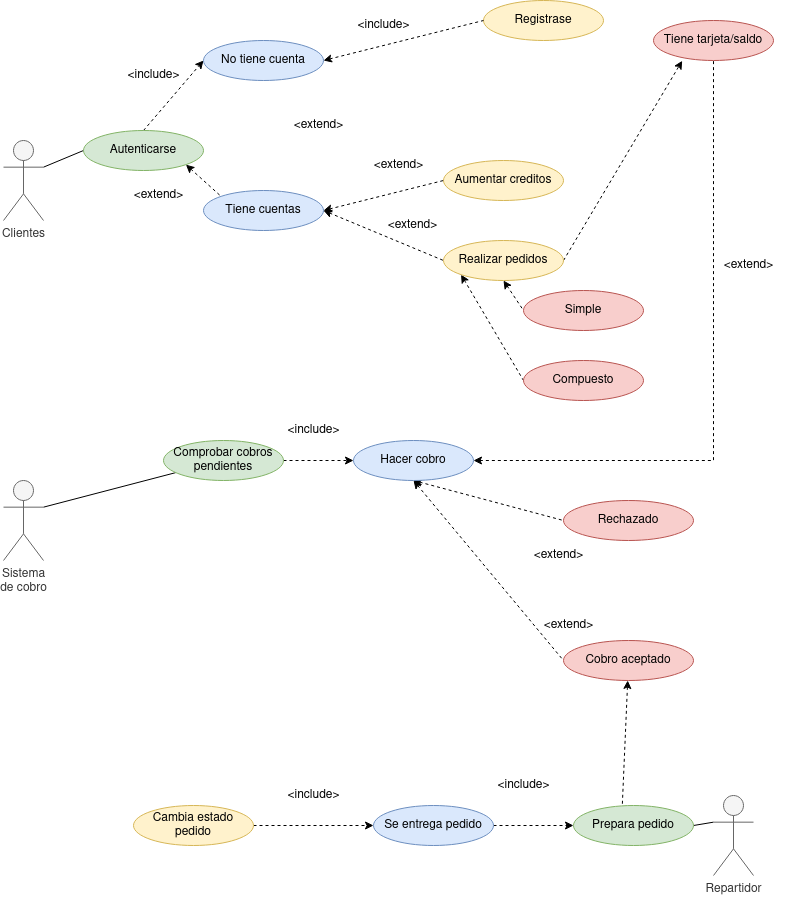
Earlier version of the draw.io export img/Tienda_virtual.drawio.png (Aeyoz/entornos-desarrollo). Source tidied: cells renumbered, new cells last; positions are measured from the earlier drawing's top-left corner, leaving out a move shared by most shapes.
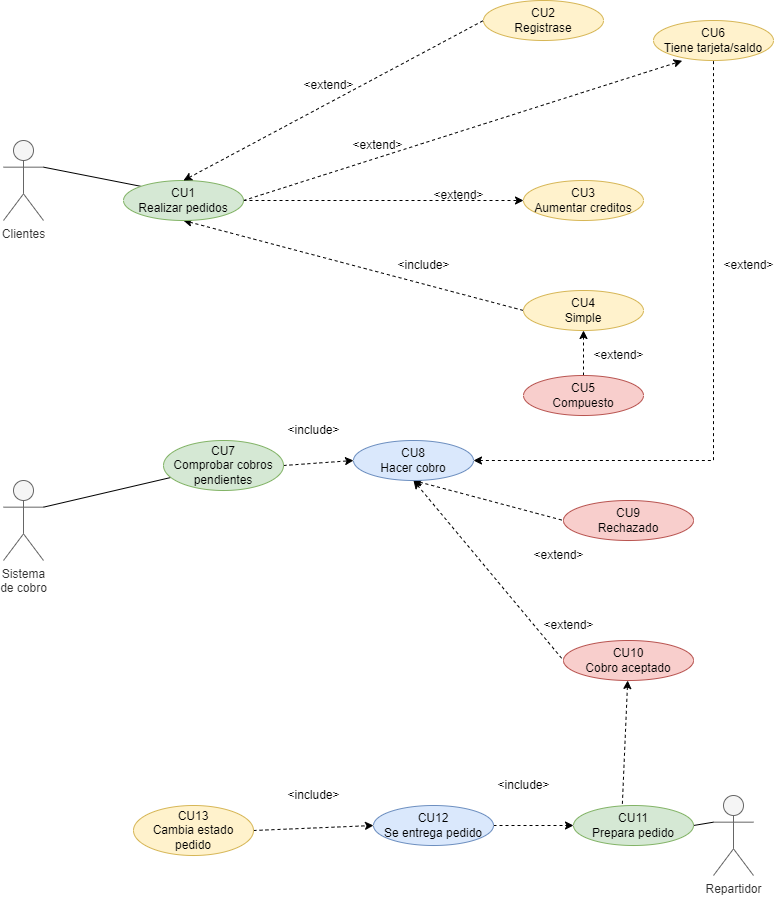
The same file after the commit.

The edit, as a diff of the source:
```diff
@@ -2,17 +2,17 @@
   <root>
     <mxCell id="0" />
     <mxCell id="1" parent="0" />
-    <mxCell id="2" style="edgeStyle=none;rounded=0;jettySize=auto;html=1;exitX=1;exitY=0.3333333333333333;exitDx=0;exitDy=0;exitPerimeter=0;entryX=0;entryY=0.5;entryDx=0;entryDy=0;startArrow=none;startFill=0;endArrow=none;endFill=0;" parent="1" edge="1" source="3" target="23">
-      <mxGeometry relative="1" as="geometry" />
-    </mxCell>
+    <mxCell id="52" style="rounded=0;jettySize=auto;html=1;exitX=1;exitY=0.3333333333333333;exitDx=0;exitDy=0;exitPerimeter=0;entryX=0;entryY=0;entryDx=0;entryDy=0;endArrow=none;endFill=0;" parent="1" edge="1" source="3" target="9">
+      <mxGeometry relative="1" as="geometry" />
+    </mxCell>
     <mxCell id="3" value="Clientes" style="shape=umlActor;verticalLabelPosition=bottom;verticalAlign=top;html=1;outlineConnect=0;fillColor=#f5f5f5;fontColor=#333333;strokeColor=#666666;" parent="1" vertex="1">
       <mxGeometry y="140" width="40" height="80" as="geometry" />
     </mxCell>
-    <mxCell id="4" value="Tiene tarjeta/saldo" style="ellipse;whiteSpace=wrap;html=1;fillColor=#f8cecc;strokeColor=#b85450;" parent="1" vertex="1">
+    <mxCell id="4" value="CU6&lt;br&gt;Tiene tarjeta/saldo" style="ellipse;whiteSpace=wrap;html=1;fillColor=#fff2cc;strokeColor=#d6b656;" parent="1" vertex="1">
       <mxGeometry x="650" y="20" width="120" height="40" as="geometry" />
     </mxCell>
-    <mxCell id="5" value="Aumentar creditos" style="ellipse;whiteSpace=wrap;html=1;fillColor=#fff2cc;strokeColor=#d6b656;" parent="1" vertex="1">
-      <mxGeometry x="440" y="160" width="120" height="40" as="geometry" />
+    <mxCell id="5" value="CU3&lt;br&gt;Aumentar creditos" style="ellipse;whiteSpace=wrap;html=1;fillColor=#fff2cc;strokeColor=#d6b656;" parent="1" vertex="1">
+      <mxGeometry x="520" y="180" width="120" height="40" as="geometry" />
     </mxCell>
     <mxCell id="6" style="edgeStyle=none;rounded=0;jettySize=auto;html=1;exitX=1;exitY=0.5;exitDx=0;exitDy=0;entryX=0.239;entryY=1.007;entryDx=0;entryDy=0;entryPerimeter=0;dashed=1;strokeColor=default;startArrow=none;startFill=0;endArrow=classic;endFill=1;" parent="1" edge="1" source="9" target="4">
       <mxGeometry relative="1" as="geometry" />
@@ -20,11 +20,11 @@
     <mxCell id="7" style="edgeStyle=none;rounded=0;jettySize=auto;html=1;exitX=0.5;exitY=1;exitDx=0;exitDy=0;entryX=0;entryY=0.5;entryDx=0;entryDy=0;dashed=1;strokeColor=default;startArrow=classic;startFill=1;endArrow=none;endFill=0;" parent="1" edge="1" source="9" target="49">
       <mxGeometry relative="1" as="geometry" />
     </mxCell>
-    <mxCell id="8" style="edgeStyle=none;rounded=0;jettySize=auto;html=1;exitX=0;exitY=1;exitDx=0;exitDy=0;entryX=0;entryY=0.5;entryDx=0;entryDy=0;dashed=1;strokeColor=default;startArrow=classic;startFill=1;endArrow=none;endFill=0;" parent="1" edge="1" source="9" target="50">
-      <mxGeometry relative="1" as="geometry" />
-    </mxCell>
+    <mxCell id="53" style="edgeStyle=none;rounded=0;jettySize=auto;html=1;exitX=1;exitY=0.5;exitDx=0;exitDy=0;entryX=0;entryY=0.5;entryDx=0;entryDy=0;dashed=1;endArrow=classic;endFill=1;" parent="1" edge="1" source="9" target="5">
+      <mxGeometry relative="1" as="geometry" />
+    </mxCell>
-    <mxCell id="9" value="Realizar pedidos" style="ellipse;whiteSpace=wrap;html=1;fillColor=#fff2cc;strokeColor=#d6b656;" parent="1" vertex="1">
-      <mxGeometry x="440" y="240" width="120" height="40" as="geometry" />
+    <mxCell id="9" value="CU1&lt;br&gt;Realizar pedidos" style="ellipse;whiteSpace=wrap;html=1;fillColor=#d5e8d4;strokeColor=#82b366;" parent="1" vertex="1">
+      <mxGeometry x="120" y="180" width="120" height="40" as="geometry" />
     </mxCell>
     <mxCell id="10" style="edgeStyle=none;rounded=0;jettySize=auto;html=1;exitX=1;exitY=0.5;exitDx=0;exitDy=0;entryX=0;entryY=0.5;entryDx=0;entryDy=0;startArrow=none;startFill=0;endArrow=classic;endFill=1;dashed=1;" parent="1" edge="1" source="19" target="17">
       <mxGeometry relative="1" as="geometry" />
@@ -35,9 +35,6 @@
     <mxCell id="12" value="&lt;div&gt;Sistema &lt;br&gt;&lt;/div&gt;&lt;div&gt;de cobro&lt;/div&gt;" style="shape=umlActor;verticalLabelPosition=bottom;verticalAlign=top;html=1;outlineConnect=0;fillColor=#f5f5f5;fontColor=#333333;strokeColor=#666666;" parent="1" vertex="1">
       <mxGeometry y="480" width="40" height="80" as="geometry" />
     </mxCell>
-    <mxCell id="13" value="&amp;lt;extend&amp;gt;" style="text;html=1;align=center;verticalAlign=middle;strokeColor=none;fillColor=none;" parent="1" vertex="1">
-      <mxGeometry x="374" y="210" width="70" height="30" as="geometry" />
-    </mxCell>
     <mxCell id="14" style="edgeStyle=orthogonalEdgeStyle;rounded=0;jettySize=auto;html=1;exitX=1;exitY=0.5;exitDx=0;exitDy=0;entryX=0.5;entryY=1;entryDx=0;entryDy=0;dashed=1;startArrow=classic;startFill=1;endArrow=none;endFill=0;" parent="1" edge="1" source="17" target="4">
       <mxGeometry relative="1" as="geometry">
         <Array as="points">
@@ -51,67 +48,37 @@
     <mxCell id="16" style="edgeStyle=none;rounded=0;jettySize=auto;html=1;exitX=0.5;exitY=1;exitDx=0;exitDy=0;entryX=0;entryY=0.5;entryDx=0;entryDy=0;dashed=1;strokeColor=default;startArrow=classic;startFill=1;endArrow=none;endFill=0;" parent="1" edge="1" source="17" target="37">
       <mxGeometry relative="1" as="geometry" />
     </mxCell>
-    <mxCell id="17" value="Hacer cobro" style="ellipse;whiteSpace=wrap;html=1;fillColor=#dae8fc;strokeColor=#6c8ebf;" parent="1" vertex="1">
+    <mxCell id="17" value="CU8&lt;br&gt;Hacer cobro" style="ellipse;whiteSpace=wrap;html=1;fillColor=#dae8fc;strokeColor=#6c8ebf;" parent="1" vertex="1">
       <mxGeometry x="350" y="440" width="120" height="40" as="geometry" />
     </mxCell>
     <mxCell id="18" value="&amp;lt;extend&amp;gt;" style="text;html=1;align=center;verticalAlign=middle;strokeColor=none;fillColor=none;" parent="1" vertex="1">
       <mxGeometry x="710" y="250" width="70" height="30" as="geometry" />
     </mxCell>
-    <mxCell id="19" value="&lt;div&gt;Comprobar cobros &lt;br&gt;&lt;/div&gt;&lt;div&gt;pendientes&lt;br&gt;&lt;/div&gt;" style="ellipse;whiteSpace=wrap;html=1;fillColor=#d5e8d4;strokeColor=#82b366;" parent="1" vertex="1">
-      <mxGeometry x="160" y="440" width="120" height="40" as="geometry" />
+    <mxCell id="19" value="&lt;div&gt;CU7&lt;br&gt;&lt;/div&gt;&lt;div&gt;Comprobar cobros &lt;br&gt;&lt;/div&gt;&lt;div&gt;pendientes&lt;br&gt;&lt;/div&gt;" style="ellipse;whiteSpace=wrap;html=1;fillColor=#d5e8d4;strokeColor=#82b366;" parent="1" vertex="1">
+      <mxGeometry x="160" y="440" width="120" height="50" as="geometry" />
     </mxCell>
     <mxCell id="20" value="&amp;lt;include&amp;gt;" style="text;html=1;align=center;verticalAlign=middle;strokeColor=none;fillColor=none;" parent="1" vertex="1">
       <mxGeometry x="270" y="415" width="80" height="30" as="geometry" />
     </mxCell>
-    <mxCell id="21" style="edgeStyle=none;rounded=0;jettySize=auto;html=1;exitX=1;exitY=1;exitDx=0;exitDy=0;entryX=0;entryY=0;entryDx=0;entryDy=0;startArrow=classic;startFill=1;endArrow=none;endFill=0;strokeColor=default;dashed=1;" parent="1" edge="1" source="23" target="26">
-      <mxGeometry relative="1" as="geometry" />
-    </mxCell>
-    <mxCell id="22" style="edgeStyle=none;rounded=0;jettySize=auto;html=1;exitX=0.5;exitY=0;exitDx=0;exitDy=0;entryX=0;entryY=0.5;entryDx=0;entryDy=0;dashed=1;strokeColor=default;startArrow=none;startFill=0;endArrow=classic;endFill=1;" parent="1" edge="1" source="23" target="32">
-      <mxGeometry relative="1" as="geometry" />
-    </mxCell>
-    <mxCell id="23" value="Autenticarse" style="ellipse;whiteSpace=wrap;html=1;fillColor=#d5e8d4;strokeColor=#82b366;" parent="1" vertex="1">
-      <mxGeometry x="80" y="130" width="120" height="40" as="geometry" />
-    </mxCell>
-    <mxCell id="24" style="edgeStyle=none;rounded=0;jettySize=auto;html=1;exitX=1;exitY=0.5;exitDx=0;exitDy=0;entryX=0;entryY=0.5;entryDx=0;entryDy=0;startArrow=classic;startFill=1;endArrow=none;endFill=0;strokeColor=default;dashed=1;" parent="1" edge="1" source="26" target="5">
-      <mxGeometry relative="1" as="geometry" />
-    </mxCell>
-    <mxCell id="25" style="edgeStyle=none;rounded=0;jettySize=auto;html=1;exitX=1;exitY=0.5;exitDx=0;exitDy=0;entryX=0;entryY=0.5;entryDx=0;entryDy=0;startArrow=classic;startFill=1;endArrow=none;endFill=0;strokeColor=default;dashed=1;" parent="1" edge="1" source="26" target="9">
-      <mxGeometry relative="1" as="geometry" />
-    </mxCell>
-    <mxCell id="26" value="Tiene cuentas" style="ellipse;whiteSpace=wrap;html=1;fillColor=#dae8fc;strokeColor=#6c8ebf;" parent="1" vertex="1">
-      <mxGeometry x="200" y="190" width="120" height="40" as="geometry" />
-    </mxCell>
-    <mxCell id="27" value="&amp;lt;extend&amp;gt;" style="text;html=1;align=center;verticalAlign=middle;strokeColor=none;fillColor=none;" parent="1" vertex="1">
-      <mxGeometry x="120" y="180" width="70" height="30" as="geometry" />
-    </mxCell>
-    <mxCell id="28" value="Registrase" style="ellipse;whiteSpace=wrap;html=1;fillColor=#fff2cc;strokeColor=#d6b656;" parent="1" vertex="1">
+    <mxCell id="28" value="CU2&lt;br&gt;Registrase" style="ellipse;whiteSpace=wrap;html=1;fillColor=#fff2cc;strokeColor=#d6b656;" parent="1" vertex="1">
       <mxGeometry x="480" width="120" height="40" as="geometry" />
     </mxCell>
     <mxCell id="29" value="&amp;lt;extend&amp;gt;" style="text;html=1;align=center;verticalAlign=middle;strokeColor=none;fillColor=none;" parent="1" vertex="1">
-      <mxGeometry x="280" y="110" width="70" height="30" as="geometry" />
+      <mxGeometry x="290" y="70" width="70" height="30" as="geometry" />
     </mxCell>
     <mxCell id="30" value="&amp;lt;extend&amp;gt;" style="text;html=1;align=center;verticalAlign=middle;strokeColor=none;fillColor=none;" parent="1" vertex="1">
-      <mxGeometry x="360" y="150" width="70" height="30" as="geometry" />
+      <mxGeometry x="339" y="130" width="70" height="30" as="geometry" />
     </mxCell>
-    <mxCell id="31" style="edgeStyle=none;rounded=0;jettySize=auto;html=1;exitX=1;exitY=0.5;exitDx=0;exitDy=0;entryX=0;entryY=0.5;entryDx=0;entryDy=0;dashed=1;strokeColor=default;startArrow=classic;startFill=1;endArrow=none;endFill=0;" parent="1" edge="1" source="32" target="28">
+    <mxCell id="31" style="edgeStyle=none;rounded=0;jettySize=auto;html=1;exitX=0.5;exitY=0;exitDx=0;exitDy=0;entryX=0;entryY=0.5;entryDx=0;entryDy=0;dashed=1;strokeColor=default;startArrow=classic;startFill=1;endArrow=none;endFill=0;" parent="1" edge="1" source="9" target="28">
       <mxGeometry relative="1" as="geometry" />
     </mxCell>
-    <mxCell id="32" value="No tiene cuenta" style="ellipse;whiteSpace=wrap;html=1;fillColor=#dae8fc;strokeColor=#6c8ebf;" parent="1" vertex="1">
-      <mxGeometry x="200" y="40" width="120" height="40" as="geometry" />
-    </mxCell>
-    <mxCell id="33" value="&amp;lt;include&amp;gt;" style="text;html=1;align=center;verticalAlign=middle;strokeColor=none;fillColor=none;" parent="1" vertex="1">
-      <mxGeometry x="110" y="60" width="80" height="30" as="geometry" />
-    </mxCell>
-    <mxCell id="34" value="&amp;lt;include&amp;gt;" style="text;html=1;align=center;verticalAlign=middle;strokeColor=none;fillColor=none;" parent="1" vertex="1">
-      <mxGeometry x="340" y="10" width="80" height="30" as="geometry" />
-    </mxCell>
-    <mxCell id="35" value="Rechazado" style="ellipse;whiteSpace=wrap;html=1;fillColor=#f8cecc;strokeColor=#b85450;" parent="1" vertex="1">
+    <mxCell id="35" value="CU9&lt;br&gt;Rechazado" style="ellipse;whiteSpace=wrap;html=1;fillColor=#f8cecc;strokeColor=#b85450;" parent="1" vertex="1">
       <mxGeometry x="560" y="500" width="130" height="40" as="geometry" />
     </mxCell>
     <mxCell id="36" style="edgeStyle=none;rounded=0;jettySize=auto;html=1;entryX=0.406;entryY=0.043;entryDx=0;entryDy=0;entryPerimeter=0;strokeColor=default;startArrow=classic;startFill=1;endArrow=none;endFill=0;dashed=1;" parent="1" edge="1" source="37" target="42">
       <mxGeometry relative="1" as="geometry" />
     </mxCell>
-    <mxCell id="37" value="Cobro aceptado" style="ellipse;whiteSpace=wrap;html=1;fillColor=#f8cecc;strokeColor=#b85450;" parent="1" vertex="1">
+    <mxCell id="37" value="CU10&lt;br&gt;Cobro aceptado" style="ellipse;whiteSpace=wrap;html=1;fillColor=#f8cecc;strokeColor=#b85450;" parent="1" vertex="1">
       <mxGeometry x="560" y="640" width="130" height="40" as="geometry" />
     </mxCell>
     <mxCell id="38" value="&amp;lt;extend&amp;gt;" style="text;html=1;align=center;verticalAlign=middle;strokeColor=none;fillColor=none;" parent="1" vertex="1">
@@ -126,13 +93,13 @@
     <mxCell id="41" value="Repartidor" style="shape=umlActor;verticalLabelPosition=bottom;verticalAlign=top;html=1;outlineConnect=0;fillColor=#f5f5f5;fontColor=#333333;strokeColor=#666666;" parent="1" vertex="1">
       <mxGeometry x="710" y="795" width="40" height="80" as="geometry" />
     </mxCell>
-    <mxCell id="42" value="Prepara pedido" style="ellipse;whiteSpace=wrap;html=1;fillColor=#d5e8d4;strokeColor=#82b366;" parent="1" vertex="1">
+    <mxCell id="42" value="CU11&lt;br&gt;Prepara pedido" style="ellipse;whiteSpace=wrap;html=1;fillColor=#d5e8d4;strokeColor=#82b366;" parent="1" vertex="1">
       <mxGeometry x="570" y="805" width="120" height="40" as="geometry" />
     </mxCell>
     <mxCell id="43" style="edgeStyle=none;rounded=0;jettySize=auto;html=1;exitX=1;exitY=0.5;exitDx=0;exitDy=0;entryX=0;entryY=0.5;entryDx=0;entryDy=0;dashed=1;strokeColor=default;startArrow=none;startFill=0;endArrow=classic;endFill=1;" parent="1" edge="1" source="44" target="42">
       <mxGeometry relative="1" as="geometry" />
     </mxCell>
-    <mxCell id="44" value="Se entrega pedido" style="ellipse;whiteSpace=wrap;html=1;fillColor=#dae8fc;strokeColor=#6c8ebf;" parent="1" vertex="1">
+    <mxCell id="44" value="CU12&lt;br&gt;Se entrega pedido" style="ellipse;whiteSpace=wrap;html=1;fillColor=#dae8fc;strokeColor=#6c8ebf;" parent="1" vertex="1">
       <mxGeometry x="370" y="805" width="120" height="40" as="geometry" />
     </mxCell>
     <mxCell id="45" value="&amp;lt;include&amp;gt;" style="text;html=1;align=center;verticalAlign=middle;strokeColor=none;fillColor=none;" parent="1" vertex="1">
@@ -141,20 +108,32 @@
     <mxCell id="46" style="edgeStyle=none;rounded=0;jettySize=auto;html=1;exitX=1;exitY=0.5;exitDx=0;exitDy=0;entryX=0;entryY=0.5;entryDx=0;entryDy=0;dashed=1;strokeColor=default;startArrow=none;startFill=0;endArrow=classic;endFill=1;" parent="1" edge="1" source="47" target="44">
       <mxGeometry relative="1" as="geometry" />
     </mxCell>
-    <mxCell id="47" value="Cambia estado pedido" style="ellipse;whiteSpace=wrap;html=1;fillColor=#fff2cc;strokeColor=#d6b656;" parent="1" vertex="1">
-      <mxGeometry x="130" y="805" width="120" height="40" as="geometry" />
+    <mxCell id="47" value="CU13&lt;br&gt;Cambia estado pedido" style="ellipse;whiteSpace=wrap;html=1;fillColor=#fff2cc;strokeColor=#d6b656;" parent="1" vertex="1">
+      <mxGeometry x="130" y="805" width="120" height="50" as="geometry" />
     </mxCell>
     <mxCell id="48" value="&amp;lt;include&amp;gt;" style="text;html=1;align=center;verticalAlign=middle;strokeColor=none;fillColor=none;" parent="1" vertex="1">
       <mxGeometry x="270" y="780" width="80" height="30" as="geometry" />
     </mxCell>
-    <mxCell id="49" value="Simple" style="ellipse;whiteSpace=wrap;html=1;fillColor=#f8cecc;strokeColor=#b85450;" parent="1" vertex="1">
+    <mxCell id="49" value="CU4&lt;br&gt;Simple" style="ellipse;whiteSpace=wrap;html=1;fillColor=#fff2cc;strokeColor=#d6b656;" parent="1" vertex="1">
       <mxGeometry x="520" y="290" width="120" height="40" as="geometry" />
     </mxCell>
+    <mxCell id="54" style="edgeStyle=none;rounded=0;jettySize=auto;html=1;exitX=0.5;exitY=0;exitDx=0;exitDy=0;entryX=0.5;entryY=1;entryDx=0;entryDy=0;endArrow=classic;endFill=1;dashed=1;" parent="1" edge="1" source="50" target="49">
+      <mxGeometry relative="1" as="geometry" />
+    </mxCell>
-    <mxCell id="50" value="Compuesto" style="ellipse;whiteSpace=wrap;html=1;fillColor=#f8cecc;strokeColor=#b85450;" parent="1" vertex="1">
-      <mxGeometry x="520" y="360" width="120" height="40" as="geometry" />
+    <mxCell id="50" value="CU5&lt;br&gt;Compuesto" style="ellipse;whiteSpace=wrap;html=1;fillColor=#f8cecc;strokeColor=#b85450;" parent="1" vertex="1">
+      <mxGeometry x="520" y="375" width="120" height="40" as="geometry" />
     </mxCell>
     <mxCell id="51" style="edgeStyle=none;rounded=0;orthogonalLoop=1;jettySize=auto;html=1;entryX=0.5;entryY=1;entryDx=0;entryDy=0;dashed=1;strokeColor=default;startArrow=classic;startFill=1;endArrow=none;endFill=0;" parent="1" edge="1" source="17" target="17">
       <mxGeometry relative="1" as="geometry" />
     </mxCell>
+    <mxCell id="55" value="&amp;lt;extend&amp;gt;" style="text;html=1;align=center;verticalAlign=middle;strokeColor=none;fillColor=none;" parent="1" vertex="1">
+      <mxGeometry x="580" y="340" width="70" height="30" as="geometry" />
+    </mxCell>
+    <mxCell id="56" value="&amp;lt;include&amp;gt;" style="text;html=1;align=center;verticalAlign=middle;strokeColor=none;fillColor=none;" parent="1" vertex="1">
+      <mxGeometry x="380" y="250" width="80" height="30" as="geometry" />
+    </mxCell>
+    <mxCell id="57" value="&amp;lt;extend&amp;gt;" style="text;html=1;align=center;verticalAlign=middle;strokeColor=none;fillColor=none;" parent="1" vertex="1">
+      <mxGeometry x="420" y="180" width="70" height="30" as="geometry" />
+    </mxCell>
   </root>
 </mxGraphModel>
```
